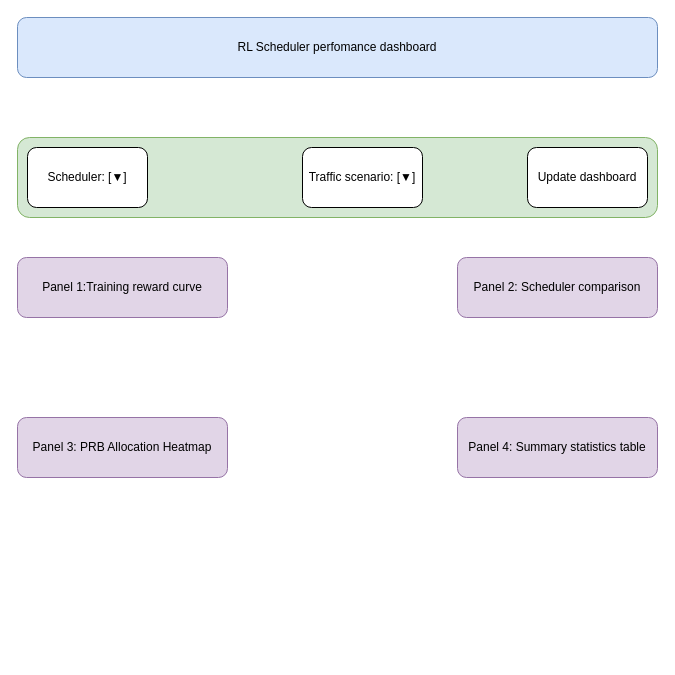
Above: Dashboard.drawio in Anita-J-Kimutai/Project (draw.io), before the change. Source tidied: cells renumbered, new cells numbered last; positions are measured from the earlier drawing's top-left corner, leaving out a move shared by most shapes. Both pictures are drawn from the tidied source at 100%, with x=0, y=0 at pixel (17, 17).
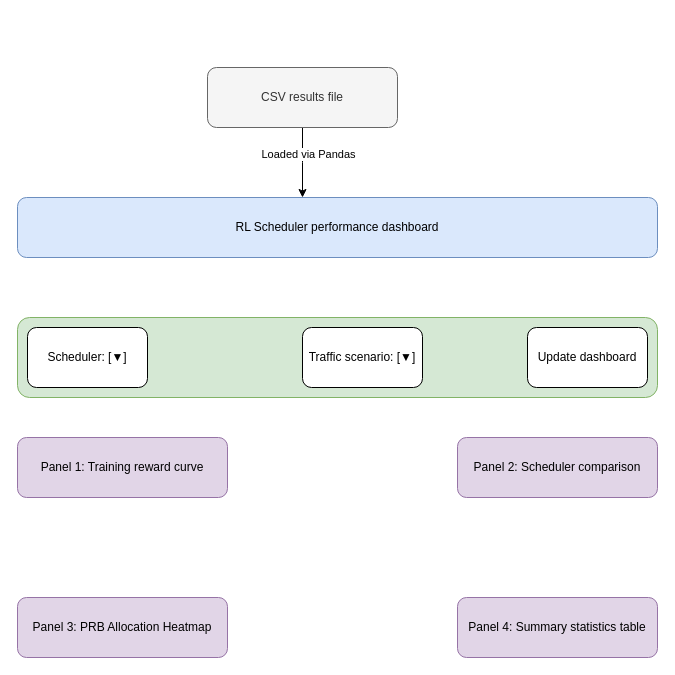
Above is the later version.

The edit, as a diff of the source:
```diff
@@
 <mxGraphModel>
   <root>
     <mxCell id="0" />
     <mxCell id="1" parent="0" />
+    <mxCell id="12" style="group;" parent="1" vertex="1">
+      <mxGeometry y="50" width="640" height="590" as="geometry" />
+    </mxCell>
-    <mxCell id="2" style="group;" parent="1" vertex="1">
-      <mxGeometry width="640" height="460" as="geometry" />
+    <mxCell id="2" style="group;" parent="12" vertex="1">
+      <mxGeometry y="130" width="640" height="460" as="geometry" />
     </mxCell>
     <mxCell id="3" value="Panel 4: Summary statistics table" style="rounded=1;whiteSpace=wrap;html=1;fillColor=#e1d5e7;strokeColor=#9673a6;" parent="2" vertex="1">
       <mxGeometry x="440" y="400" width="200" height="60" as="geometry" />
     </mxCell>
     <mxCell id="4" value="Panel 3: PRB Allocation Heatmap" style="rounded=1;whiteSpace=wrap;html=1;fillColor=#e1d5e7;strokeColor=#9673a6;" parent="2" vertex="1">
       <mxGeometry y="400" width="210" height="60" as="geometry" />
     </mxCell>
     <mxCell id="5" value="Panel 2: Scheduler comparison" style="rounded=1;whiteSpace=wrap;html=1;fillColor=#e1d5e7;strokeColor=#9673a6;" parent="2" vertex="1">
       <mxGeometry x="440" y="240" width="200" height="60" as="geometry" />
     </mxCell>
-    <mxCell id="6" value="Panel 1:Training reward curve" style="rounded=1;whiteSpace=wrap;html=1;fillColor=#e1d5e7;strokeColor=#9673a6;" parent="2" vertex="1">
+    <mxCell id="6" value="Panel 1: Training reward curve" style="rounded=1;whiteSpace=wrap;html=1;fillColor=#e1d5e7;strokeColor=#9673a6;" parent="2" vertex="1">
       <mxGeometry y="240" width="210" height="60" as="geometry" />
     </mxCell>
     <mxCell id="7" style="rounded=1;whiteSpace=wrap;html=1;fillColor=#d5e8d4;strokeColor=#82b366;" parent="2" vertex="1">
       <mxGeometry y="120" width="640" height="80" as="geometry" />
     </mxCell>
     <mxCell id="8" value="Update dashboard" style="rounded=1;whiteSpace=wrap;html=1;" parent="2" vertex="1">
       <mxGeometry x="510" y="130" width="120" height="60" as="geometry" />
     </mxCell>
     <mxCell id="9" value="Traffic scenario: [▼]" style="rounded=1;whiteSpace=wrap;html=1;" parent="2" vertex="1">
       <mxGeometry x="285" y="130" width="120" height="60" as="geometry" />
     </mxCell>
     <mxCell id="10" value="Scheduler: [▼]" style="rounded=1;whiteSpace=wrap;html=1;" parent="2" vertex="1">
       <mxGeometry x="10" y="130" width="120" height="60" as="geometry" />
     </mxCell>
-    <mxCell id="11" value="RL Scheduler perfomance dashboard" style="rounded=1;whiteSpace=wrap;html=1;fillColor=#dae8fc;strokeColor=#6c8ebf;" parent="2" vertex="1">
+    <mxCell id="11" value="RL Scheduler performance dashboard" style="rounded=1;whiteSpace=wrap;html=1;fillColor=#dae8fc;strokeColor=#6c8ebf;" parent="2" vertex="1">
       <mxGeometry width="640" height="60" as="geometry" />
     </mxCell>
+    <mxCell id="13" style="edgeStyle=orthogonalEdgeStyle;rounded=0;jettySize=auto;html=1;exitX=0.5;exitY=1;exitDx=0;exitDy=0;" parent="12" edge="1" source="15">
+      <mxGeometry relative="1" as="geometry">
+        <mxPoint x="285" y="130" as="targetPoint" />
+      </mxGeometry>
+    </mxCell>
+    <mxCell id="14" value="Loaded via Pandas" style="edgeLabel;html=1;align=center;verticalAlign=middle;" parent="13" vertex="1">
+      <mxGeometry x="-0.26" y="5" relative="1" as="geometry" />
+    </mxCell>
+    <mxCell id="15" value="CSV results file" style="rounded=1;whiteSpace=wrap;html=1;fillColor=#f5f5f5;fontColor=#333333;strokeColor=#666666;" parent="12" vertex="1">
+      <mxGeometry x="190" width="190" height="60" as="geometry" />
+    </mxCell>
   </root>
 </mxGraphModel>
```
